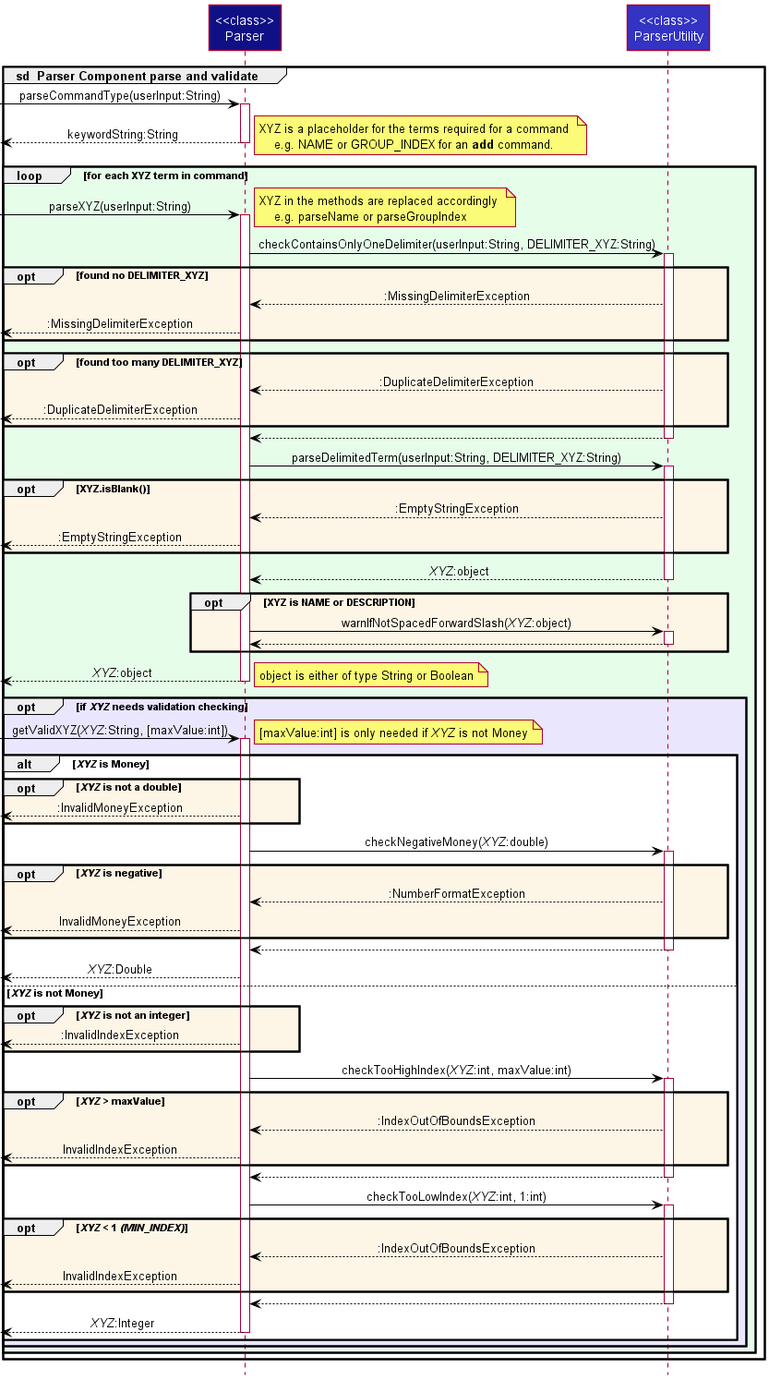
The PlantUML diagram docs/images/ParserSequenceDiagram0.png in nus-cs2113-AY2122S2/tp, before a commit.
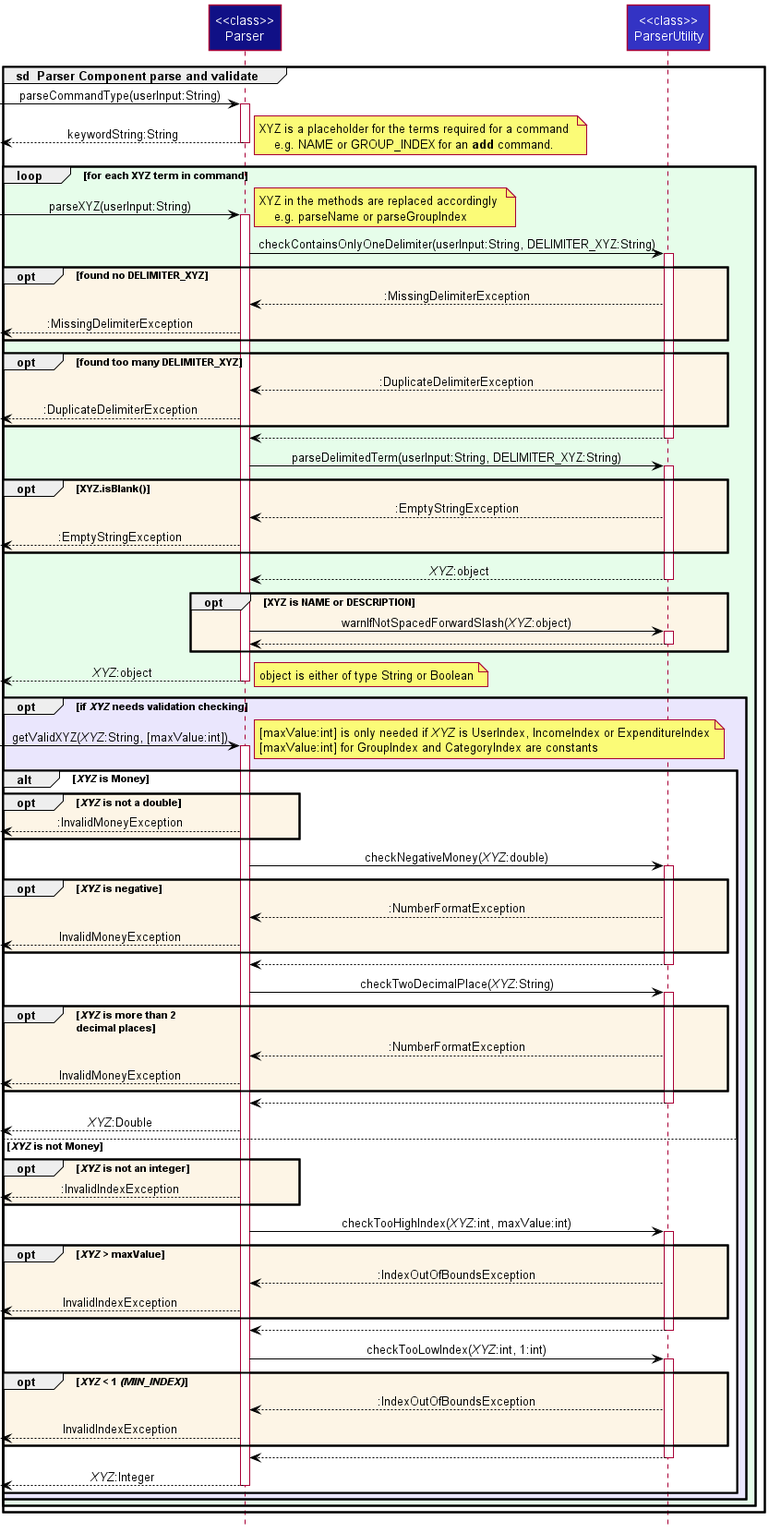
The same diagram one commit later.

Commit message:
Update Parser sequence diagram with missing method call

Change to the diagram source:
```diff
@@ -56,7 +56,7 @@
 
     opt OPT_COLOR_T1 if //XYZ// needs validation checking
         [-> Parser : getValidXYZ(//XYZ//:String, [maxValue:int])
-        note right : [maxValue:int] is only needed if //XYZ// is not Money
+        note right : [maxValue:int] is only needed if //XYZ// is UserIndex, IncomeIndex or ExpenditureIndex\n[maxValue:int] for GroupIndex and CategoryIndex are constants
         activate Parser
 
         alt //XYZ// is Money
@@ -68,6 +68,15 @@
             Parser -> UParser : checkNegativeMoney(//XYZ//:double)
             activate UParser
             opt OPT_COLOR //XYZ// is negative
+                UParser --> Parser : :NumberFormatException
+                Parser -->[ :InvalidMoneyException
+            end opt
+            UParser --> Parser
+            deactivate UParser
+
+            Parser -> UParser : checkTwoDecimalPlace(//XYZ//:String)
+            activate UParser
+            opt OPT_COLOR //XYZ// is more than 2 \ndecimal places
                 UParser --> Parser : :NumberFormatException
                 Parser -->[ :InvalidMoneyException
             end opt
```
